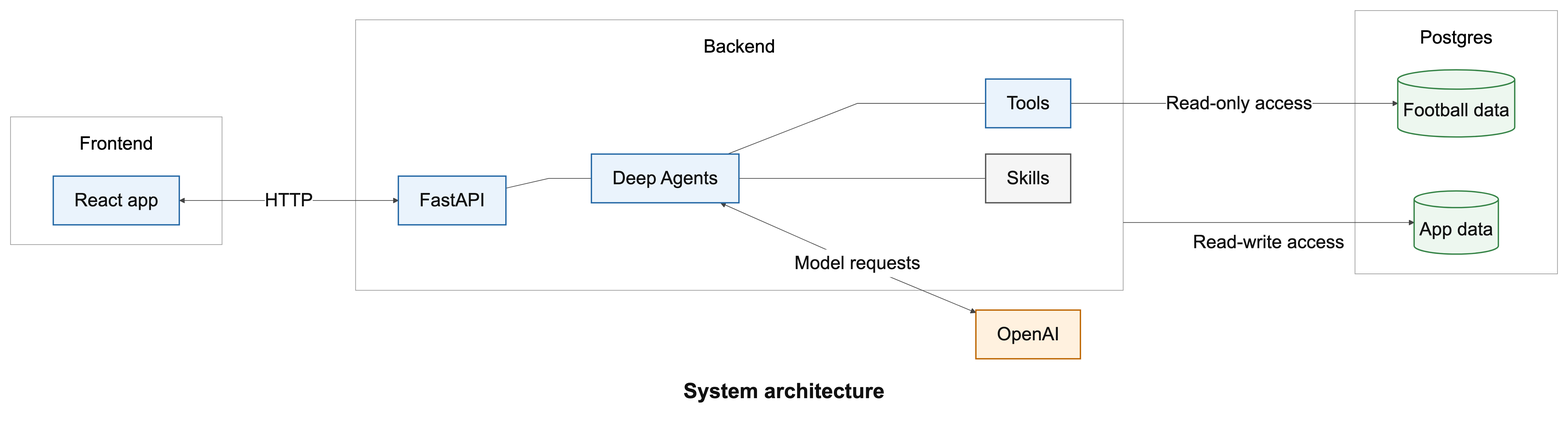
sajal2692/zero-to-agent-talks-to-database keeps this Mermaid diagram as docs/architecture.png. Above is the earlier version. Its source is kept beside it as docs/architecture.mmd.
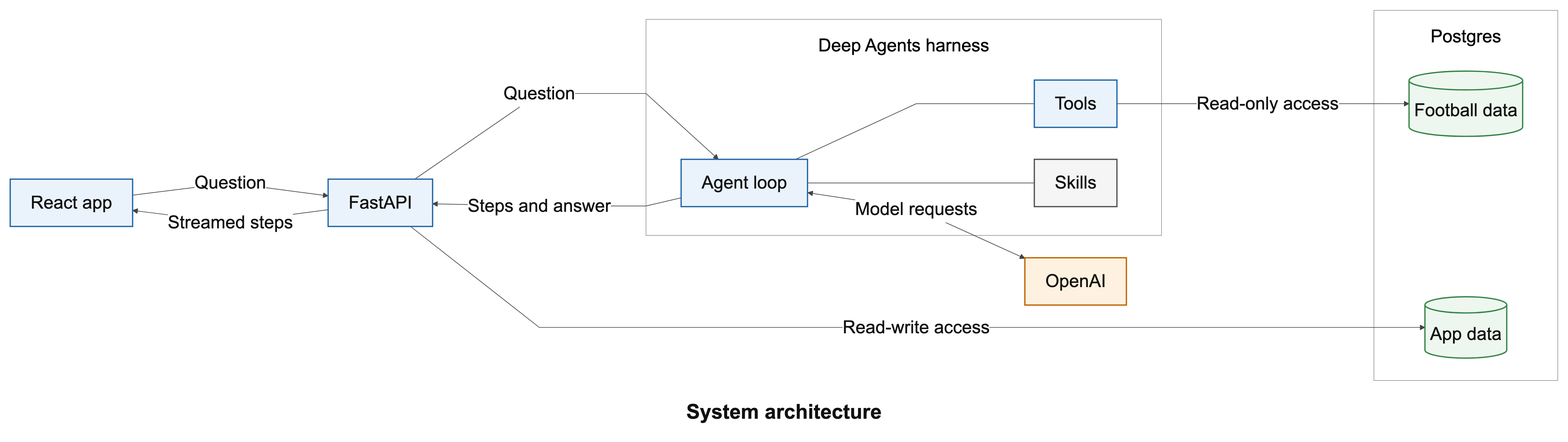
Later version of the same file.

Commit message:
Add a chart generation diagram and label the flows in the architecture diagram

What changed in the source:
```diff
@@ -1,16 +1,13 @@
-%%{init: {"flowchart": {"rankSpacing": 130, "nodeSpacing": 40}}}%%
+%%{init: {"flowchart": {"rankSpacing": 110, "nodeSpacing": 50}}}%%
 flowchart LR
-  subgraph FE["Frontend"]
-    UI["React app"]:::process
-  end
+  UI["React app"]:::process
+  API["FastAPI"]:::process
 
-  subgraph BE["Backend"]
+  subgraph DA["Deep Agents harness"]
     direction TB
-    API["FastAPI"]:::process
-    AG["Deep Agents"]:::process
+    AG["Agent loop"]:::process
     TL["Tools"]:::process
     SK["Skills"]:::neutral
-    API --- AG
     AG --- TL
     AG --- SK
   end
@@ -23,10 +20,13 @@
 
   OAI["OpenAI"]:::external
 
-  UI <-- "HTTP" --> API
+  UI -- "Question" --> API
+  API -- "Streamed&nbsp;steps" --> UI
+  API -- "Question" --> AG
+  AG -- "Steps&nbsp;and&nbsp;answer" --> API
   AG <-- "Model&nbsp;requests" --> OAI
   TL -- "Read‑only&nbsp;access" --> FB
-  BE -- "Read‑write&nbsp;access" --> APP
+  API -- "Read‑write&nbsp;access" --> APP
 
   classDef process fill:#eaf3fc,stroke:#2367a5,color:#111111,stroke-width:2px;
   classDef neutral fill:#f5f5f5,stroke:#555555,color:#111111,stroke-width:2px;
```
